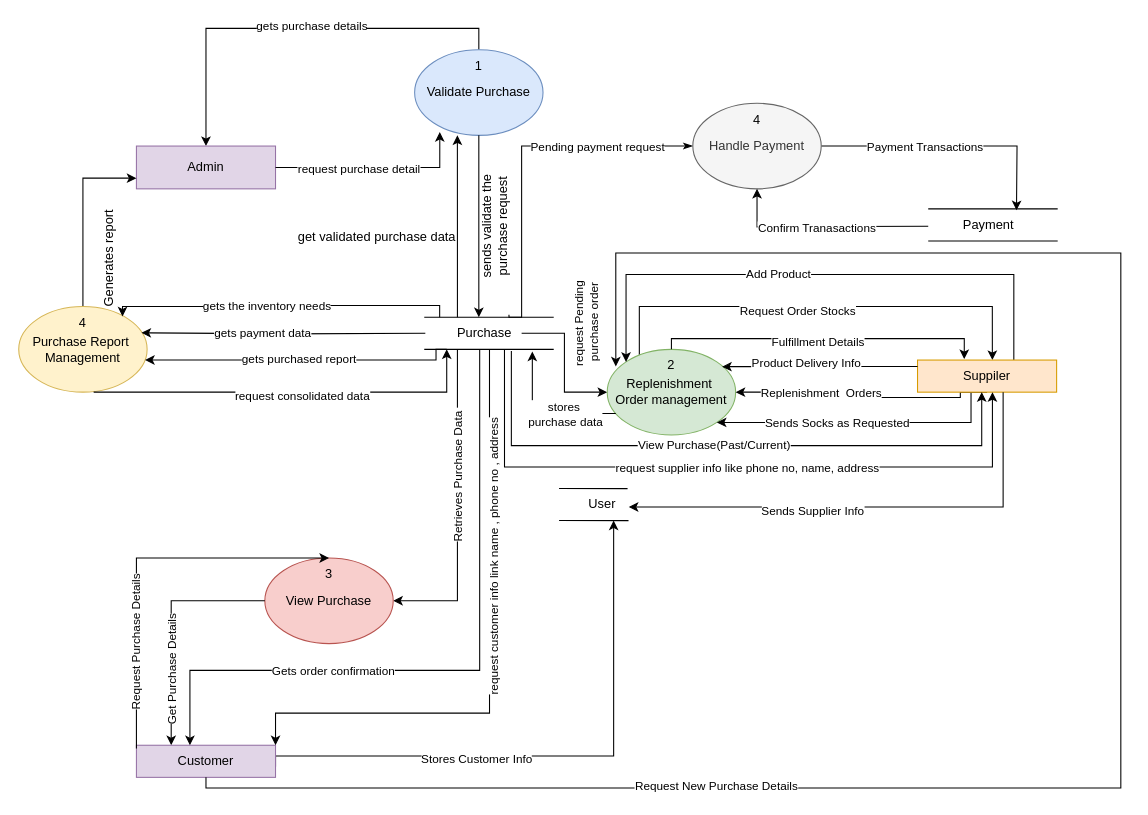
Earlier version of the draw.io diagram Payment level 1.drawio (pawal-karki/DRAW.IO). Source tidied: cells renumbered, new cells numbered last; positions are measured from the earlier drawing's top-left corner, leaving out a move shared by most shapes. Both pictures are drawn from the tidied source at 107%, with x=0, y=0 at pixel (-3, 49).
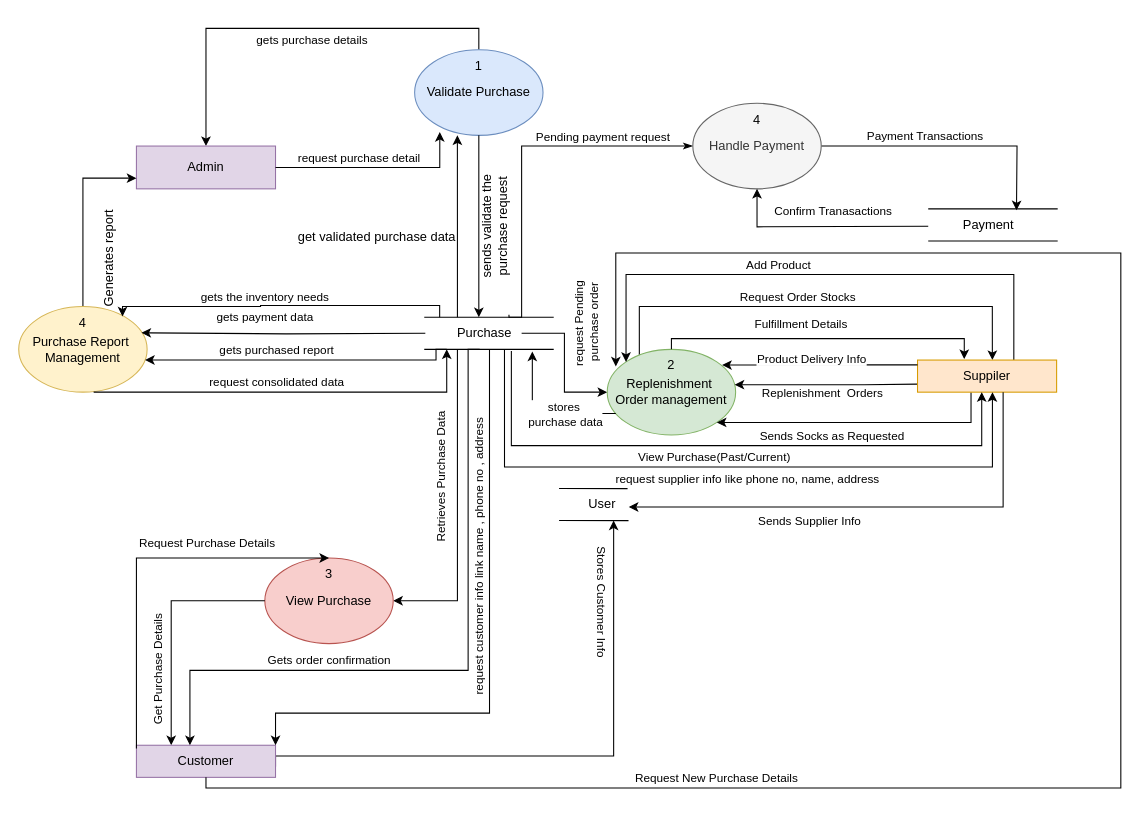
Above is the later version.

Commit message:
Puchase Order level 1.drawio

Unchanged cells that the change refers to:
```xml
<mxCell id="2" style="edgeStyle=orthogonalEdgeStyle;rounded=0;jettySize=auto;html=1;exitX=0.5;exitY=0;exitDx=0;exitDy=0;entryX=0.5;entryY=0;entryDx=0;entryDy=0;startArrow=classic;startFill=1;endArrow=none;endFill=0;" parent="1" edge="1" source="4" target="5">
<mxCell id="10" style="edgeStyle=orthogonalEdgeStyle;rounded=0;jettySize=auto;html=1;" parent="1" edge="1" source="16" target="7">
<mxCell id="14" style="edgeStyle=orthogonalEdgeStyle;rounded=0;jettySize=auto;html=1;" parent="1" edge="1" source="16" target="26">
<mxCell id="16" value="Purchase" style="text;html=1;align=center;verticalAlign=middle;points=[];strokeColor=none;fillColor=none;" parent="1" vertex="1">
<mxCell id="18" style="edgeStyle=orthogonalEdgeStyle;rounded=0;jettySize=auto;html=1;entryX=0.196;entryY=0.961;entryDx=0;entryDy=0;entryPerimeter=0;" parent="1" edge="1" source="4" target="5">
<mxCell id="24" style="edgeStyle=orthogonalEdgeStyle;rounded=0;orthogonalLoop=1;jettySize=auto;html=1;" parent="1" edge="1">
<mxCell id="27" style="edgeStyle=orthogonalEdgeStyle;rounded=0;jettySize=auto;html=1;entryX=0.956;entryY=0.307;entryDx=0;entryDy=0;entryPerimeter=0;" parent="1" edge="1" target="7">
<mxCell id="29" style="edgeStyle=orthogonalEdgeStyle;rounded=0;orthogonalLoop=1;jettySize=auto;html=1;entryX=0.973;entryY=0.585;entryDx=0;entryDy=0;entryPerimeter=0;exitX=0.198;exitY=0.024;exitDx=0;exitDy=0;exitPerimeter=0;" parent="1" edge="1">
<mxCell id="31" style="edgeStyle=orthogonalEdgeStyle;rounded=0;orthogonalLoop=1;jettySize=auto;html=1;" parent="1" edge="1">
<mxCell id="33" style="edgeStyle=orthogonalEdgeStyle;rounded=0;jettySize=auto;html=1;exitX=0.25;exitY=0;exitDx=0;exitDy=0;entryX=0;entryY=0.5;entryDx=0;entryDy=0;startArrow=classic;startFill=1;endArrow=none;endFill=0;" parent="1" edge="1" source="35" target="26">
<mxCell id="35" value="Customer" style="rounded=0;whiteSpace=wrap;html=1;fillColor=#e1d5e7;strokeColor=#9673a6;" parent="1" vertex="1">
<mxCell id="38" style="edgeStyle=orthogonalEdgeStyle;rounded=0;jettySize=auto;html=1;exitX=0.75;exitY=0;exitDx=0;exitDy=0;entryX=0.5;entryY=0;entryDx=0;entryDy=0;startArrow=none;startFill=0;endArrow=classic;endFill=1;" parent="1" edge="1" target="69">
<mxCell id="40" style="edgeStyle=orthogonalEdgeStyle;rounded=0;jettySize=auto;html=1;entryX=0.538;entryY=0;entryDx=0;entryDy=0;entryPerimeter=0;" parent="1" edge="1" source="42" target="51">
<mxCell id="42" value="Replenishment&amp;nbsp;&lt;div&gt;&lt;span style=&quot;background-color: initial;&quot;&gt;Order management&lt;/span&gt;&lt;/div&gt;" style="ellipse;whiteSpace=wrap;html=1;fillColor=#d5e8d4;strokeColor=#82b366;" parent="1" vertex="1">
<mxCell id="45" style="edgeStyle=orthogonalEdgeStyle;rounded=0;jettySize=auto;html=1;entryX=0.336;entryY=-0.029;entryDx=0;entryDy=0;entryPerimeter=0;" parent="1" edge="1" source="42" target="51">
<mxCell id="47" style="edgeStyle=orthogonalEdgeStyle;rounded=0;jettySize=auto;html=1;entryX=1;entryY=1;entryDx=0;entryDy=0;" parent="1" edge="1" source="51" target="42">
<mxCell id="49" style="edgeStyle=orthogonalEdgeStyle;rounded=0;jettySize=auto;html=1;entryX=0;entryY=0;entryDx=0;entryDy=0;" parent="1" edge="1" source="51" target="42">
<mxCell id="51" value="Suppiler" style="rounded=0;whiteSpace=wrap;html=1;fillColor=#ffe6cc;strokeColor=#d79b00;" parent="1" vertex="1">
<mxCell id="57" style="edgeStyle=orthogonalEdgeStyle;rounded=0;jettySize=auto;html=1;entryX=1.003;entryY=0.578;entryDx=0;entryDy=0;entryPerimeter=0;" parent="1" edge="1" source="51" target="54">
<mxCell id="59" style="edgeStyle=orthogonalEdgeStyle;rounded=0;jettySize=auto;html=1;entryX=0.771;entryY=0.996;entryDx=0;entryDy=0;entryPerimeter=0;startArrow=classic;startFill=1;endArrow=none;endFill=0;" parent="1" edge="1" source="51" target="16">
<mxCell id="61" style="edgeStyle=orthogonalEdgeStyle;rounded=0;jettySize=auto;html=1;entryX=0.831;entryY=-0.081;entryDx=0;entryDy=0;entryPerimeter=0;startArrow=classicThin;startFill=1;endArrow=none;endFill=0;" parent="1" edge="1" source="65" target="16">
<mxCell id="63" style="edgeStyle=orthogonalEdgeStyle;rounded=0;jettySize=auto;html=1;entryX=0.75;entryY=0;entryDx=0;entryDy=0;" parent="1" edge="1" source="65">
<mxCell id="66" style="edgeStyle=orthogonalEdgeStyle;rounded=0;jettySize=auto;html=1;entryX=0.5;entryY=1;entryDx=0;entryDy=0;" parent="1" edge="1" target="65">
<mxCell id="76" style="edgeStyle=orthogonalEdgeStyle;rounded=0;jettySize=auto;html=1;exitX=1;exitY=0;exitDx=0;exitDy=0;entryX=0.571;entryY=1;entryDx=0;entryDy=0;entryPerimeter=0;startArrow=classic;startFill=1;endArrow=none;endFill=0;" parent="1" edge="1" source="35" target="16">
<mxCell id="78" style="edgeStyle=orthogonalEdgeStyle;rounded=0;jettySize=auto;html=1;entryX=0.863;entryY=1.053;entryDx=0;entryDy=0;entryPerimeter=0;startArrow=classic;startFill=1;endArrow=none;endFill=0;" parent="1" edge="1" source="51" target="16">
<mxCell id="82" style="edgeStyle=orthogonalEdgeStyle;rounded=0;jettySize=auto;html=1;entryX=0.067;entryY=0.2;entryDx=0;entryDy=0;entryPerimeter=0;" parent="1" edge="1" source="35" target="42">
```

Diff of the diagram source:
```diff
@@
     <mxCell id="3" value="gets purchase details" style="edgeLabel;html=1;align=center;verticalAlign=middle;" parent="2" vertex="1">
-      <mxGeometry x="0.08" y="3" relative="1" as="geometry" />
+      <mxGeometry x="0.08" y="3" relative="1" as="geometry">
+        <mxPoint y="13" as="offset" />
+      </mxGeometry>
     </mxCell>
@@
     <mxCell id="11" value="gets purchased report" style="edgeLabel;html=1;align=center;verticalAlign=middle;" parent="10" vertex="1">
-      <mxGeometry x="0.02" y="-2" relative="1" as="geometry" />
+      <mxGeometry x="0.02" y="-2" relative="1" as="geometry">
+        <mxPoint x="-21" y="-8" as="offset" />
+      </mxGeometry>
     </mxCell>
@@
     <mxCell id="15" value="Retrieves Purchase Data&amp;nbsp;" style="edgeLabel;html=1;align=center;verticalAlign=middle;rotation=-90;" parent="14" vertex="1">
       <mxGeometry x="-0.15" y="-3" relative="1" as="geometry">
-        <mxPoint x="3" y="-6" as="offset" />
+        <mxPoint x="-13" y="-6" as="offset" />
       </mxGeometry>
     </mxCell>
@@
     <mxCell id="19" value="request purchase detail" style="edgeLabel;html=1;align=center;verticalAlign=middle;" parent="18" vertex="1">
-      <mxGeometry x="-0.18" y="-1" relative="1" as="geometry" />
+      <mxGeometry x="-0.18" y="-1" relative="1" as="geometry">
+        <mxPoint y="-11" as="offset" />
+      </mxGeometry>
     </mxCell>
@@
-    <mxCell id="25" value="Stores Customer Info" style="edgeLabel;html=1;align=center;verticalAlign=middle;" parent="24" vertex="1">
-      <mxGeometry x="-0.28" y="-2" relative="1" as="geometry" />
+    <mxCell id="25" value="Stores Customer Info" style="edgeLabel;html=1;align=center;verticalAlign=middle;rotation=90;" parent="24" vertex="1">
+      <mxGeometry x="-0.28" y="-2" relative="1" as="geometry">
+        <mxPoint x="119" y="-147" as="offset" />
+      </mxGeometry>
     </mxCell>
@@
     <mxCell id="28" value="gets payment data" style="edgeLabel;html=1;align=center;verticalAlign=middle;" parent="27" vertex="1">
-      <mxGeometry x="0.15" relative="1" as="geometry" />
+      <mxGeometry x="0.15" relative="1" as="geometry">
+        <mxPoint x="2" y="-15" as="offset" />
+      </mxGeometry>
     </mxCell>
@@
     <mxCell id="30" value="gets the inventory needs" style="edgeLabel;html=1;align=center;verticalAlign=middle;" parent="29" vertex="1">
-      <mxGeometry x="0.09" relative="1" as="geometry" />
+      <mxGeometry x="0.09" relative="1" as="geometry">
+        <mxPoint x="-2" y="-9" as="offset" />
+      </mxGeometry>
     </mxCell>
@@
     <mxCell id="32" value="request consolidated data" style="edgeLabel;html=1;align=center;verticalAlign=middle;" parent="31" vertex="1">
-      <mxGeometry x="0.05" y="-3" relative="1" as="geometry" />
+      <mxGeometry x="0.05" y="-3" relative="1" as="geometry">
+        <mxPoint x="-24" y="-13" as="offset" />
+      </mxGeometry>
     </mxCell>
@@
     <mxCell id="34" value="Get Purchase Details" style="edgeLabel;html=1;align=center;verticalAlign=middle;rotation=-90;" parent="33" vertex="1">
       <mxGeometry x="-0.17" relative="1" as="geometry">
-        <mxPoint y="22" as="offset" />
+        <mxPoint x="-13" y="22" as="offset" />
       </mxGeometry>
     </mxCell>
@@
     <mxCell id="36" style="edgeStyle=orthogonalEdgeStyle;rounded=0;jettySize=auto;html=1;startArrow=classic;startFill=1;endArrow=none;endFill=0;entryX=0.44;entryY=1;entryDx=0;entryDy=0;entryPerimeter=0;" parent="1" edge="1" source="35" target="16">
       <mxGeometry relative="1" as="geometry">
         <Array as="points">
           <mxPoint x="180" y="580" />
-          <mxPoint x="451" y="580" />
+          <mxPoint x="440" y="580" />
+          <mxPoint x="440" y="280" />
         </Array>
       </mxGeometry>
     </mxCell>
     <mxCell id="37" value="Gets order confirmation" style="edgeLabel;html=1;align=center;verticalAlign=middle;rotation=0;" parent="36" vertex="1">
       <mxGeometry x="-0.32" relative="1" as="geometry">
-        <mxPoint x="-15" as="offset" />
+        <mxPoint x="-19" y="-10" as="offset" />
       </mxGeometry>
     </mxCell>
@@
-    <mxCell id="39" value="Request Purchase Details" style="edgeLabel;html=1;align=center;verticalAlign=middle;rotation=-90;" parent="38" vertex="1">
+    <mxCell id="39" value="Request Purchase Details" style="edgeLabel;html=1;align=center;verticalAlign=middle;rotation=0;" parent="38" vertex="1">
       <mxGeometry x="0.46" y="2" relative="1" as="geometry">
-        <mxPoint x="-84" y="82" as="offset" />
+        <mxPoint x="-18" y="-13" as="offset" />
       </mxGeometry>
     </mxCell>
@@
     <mxCell id="41" value="Request Order Stocks" style="edgeLabel;html=1;align=center;verticalAlign=middle;" parent="40" vertex="1">
-      <mxGeometry x="-0.09" y="-3" relative="1" as="geometry" />
+      <mxGeometry x="-0.09" y="-3" relative="1" as="geometry">
+        <mxPoint y="-13" as="offset" />
+      </mxGeometry>
     </mxCell>
@@
-    <mxCell id="43" style="edgeStyle=orthogonalEdgeStyle;rounded=0;jettySize=auto;html=1;entryX=0.5;entryY=1;entryDx=0;entryDy=0;startArrow=classic;startFill=1;endArrow=none;endFill=0;" parent="1" edge="1" source="42" target="51">
+    <mxCell id="43" style="edgeStyle=orthogonalEdgeStyle;rounded=0;jettySize=auto;html=1;entryX=0;entryY=0.75;entryDx=0;entryDy=0;startArrow=classic;startFill=1;endArrow=none;endFill=0;" parent="1" edge="1" source="42" target="51">
       <mxGeometry relative="1" as="geometry">
         <Array as="points">
-          <mxPoint x="790" y="320" />
-          <mxPoint x="790" y="325" />
-          <mxPoint x="900" y="325" />
-          <mxPoint x="900" y="320" />
+          <mxPoint x="810" y="313" />
+          <mxPoint x="810" y="313" />
         </Array>
       </mxGeometry>
     </mxCell>
     <mxCell id="44" value="Replenishment&amp;nbsp; Orders" style="edgeLabel;html=1;align=center;verticalAlign=middle;" parent="43" vertex="1">
       <mxGeometry x="0.03" y="-1" relative="1" as="geometry">
-        <mxPoint x="-42" y="-6" as="offset" />
+        <mxPoint x="-7" y="6" as="offset" />
       </mxGeometry>
     </mxCell>
@@
     <mxCell id="46" value="Fulfillment Details" style="edgeLabel;html=1;align=center;verticalAlign=middle;" parent="45" vertex="1">
       <mxGeometry x="-0.04" y="-2" relative="1" as="geometry">
-        <mxPoint x="1" as="offset" />
+        <mxPoint x="-15" y="-16" as="offset" />
       </mxGeometry>
     </mxCell>
@@
     <mxCell id="48" value="Sends Socks as Requested" style="edgeLabel;html=1;align=center;verticalAlign=middle;" parent="47" vertex="1">
-      <mxGeometry x="0.16" relative="1" as="geometry" />
+      <mxGeometry x="0.16" relative="1" as="geometry">
+        <mxPoint x="-5" y="12" as="offset" />
+      </mxGeometry>
     </mxCell>
@@
     <mxCell id="50" value="Add Product" style="edgeLabel;html=1;align=center;verticalAlign=middle;" parent="49" vertex="1">
-      <mxGeometry x="0.15" y="-1" relative="1" as="geometry" />
+      <mxGeometry x="0.15" y="-1" relative="1" as="geometry">
+        <mxPoint y="-9" as="offset" />
+      </mxGeometry>
     </mxCell>
@@
     <mxCell id="58" value="Sends Supplier Info" style="edgeLabel;html=1;align=center;verticalAlign=middle;" parent="57" vertex="1">
-      <mxGeometry x="0.25" y="3" relative="1" as="geometry" />
+      <mxGeometry x="0.25" y="3" relative="1" as="geometry">
+        <mxPoint x="-3" y="10" as="offset" />
+      </mxGeometry>
     </mxCell>
@@
     <mxCell id="60" value="request supplier info like phone no, name, address" style="edgeLabel;html=1;align=center;verticalAlign=middle;rotation=0;" parent="59" vertex="1">
       <mxGeometry x="-0.22" y="1" relative="1" as="geometry">
-        <mxPoint x="-52" y="-1" as="offset" />
+        <mxPoint x="-52" y="9" as="offset" />
       </mxGeometry>
     </mxCell>
@@
     <mxCell id="62" value="Pending payment request" style="edgeLabel;html=1;align=center;verticalAlign=middle;" parent="61" vertex="1">
       <mxGeometry x="-0.34" y="-2" relative="1" as="geometry">
-        <mxPoint x="20" y="2" as="offset" />
+        <mxPoint x="25" y="-7" as="offset" />
       </mxGeometry>
     </mxCell>
@@
     <mxCell id="64" value="Payment Transactions" style="edgeLabel;html=1;align=center;verticalAlign=middle;" parent="63" vertex="1">
-      <mxGeometry x="-0.21" relative="1" as="geometry" />
+      <mxGeometry x="-0.21" relative="1" as="geometry">
+        <mxPoint y="-10" as="offset" />
+      </mxGeometry>
     </mxCell>
@@
     <mxCell id="67" value="Confirm Tranasactions" style="edgeLabel;html=1;align=center;verticalAlign=middle;" parent="66" vertex="1">
-      <mxGeometry x="0.07" y="1" relative="1" as="geometry" />
+      <mxGeometry x="0.07" y="1" relative="1" as="geometry">
+        <mxPoint x="15" y="-16" as="offset" />
+      </mxGeometry>
     </mxCell>
@@
     <mxCell id="77" value="request customer info link name , phone no , address" style="edgeLabel;html=1;align=center;verticalAlign=middle;rotation=-90;" parent="76" vertex="1">
       <mxGeometry x="-0.47" y="2" relative="1" as="geometry">
-        <mxPoint x="82" y="-143" as="offset" />
+        <mxPoint x="68" y="-143" as="offset" />
       </mxGeometry>
     </mxCell>
@@
     <mxCell id="79" value="View Purchase(Past/Current)" style="edgeLabel;html=1;align=center;verticalAlign=middle;" parent="78" vertex="1">
-      <mxGeometry x="0.04" y="-1" relative="1" as="geometry" />
+      <mxGeometry x="0.04" y="-1" relative="1" as="geometry">
+        <mxPoint y="11" as="offset" />
+      </mxGeometry>
     </mxCell>
-    <mxCell id="80" style="edgeStyle=orthogonalEdgeStyle;rounded=0;jettySize=auto;html=1;entryX=0.895;entryY=0.202;entryDx=0;entryDy=0;entryPerimeter=0;" parent="1" edge="1" source="51" target="42">
+    <mxCell id="80" style="edgeStyle=orthogonalEdgeStyle;rounded=0;orthogonalLoop=1;jettySize=auto;html=1;entryX=0.895;entryY=0.202;entryDx=0;entryDy=0;entryPerimeter=0;" parent="1" edge="1">
       <mxGeometry relative="1" as="geometry">
+        <mxPoint x="860" y="294.5" as="sourcePoint" />
+        <mxPoint x="677.4" y="294.7" as="targetPoint" />
         <Array as="points">
-          <mxPoint x="810" y="296" />
-          <mxPoint x="810" y="296" />
+          <mxPoint x="810" y="294.6" />
+          <mxPoint x="810" y="294.6" />
         </Array>
       </mxGeometry>
     </mxCell>
     <mxCell id="81" value="Product Delivery Info" style="edgeLabel;html=1;align=center;verticalAlign=middle;" parent="80" vertex="1">
-      <mxGeometry x="0.14" y="-4" relative="1" as="geometry" />
+      <mxGeometry x="0.14" y="-4" relative="1" as="geometry">
+        <mxPoint x="5" y="-2" as="offset" />
+      </mxGeometry>
     </mxCell>
@@
     <mxCell id="83" value="Request New Purchase Details" style="edgeLabel;html=1;align=center;verticalAlign=middle;" parent="82" vertex="1">
-      <mxGeometry x="-0.5" y="3" relative="1" as="geometry" />
+      <mxGeometry x="-0.5" y="3" relative="1" as="geometry">
+        <mxPoint y="-7" as="offset" />
+      </mxGeometry>
     </mxCell>
```
